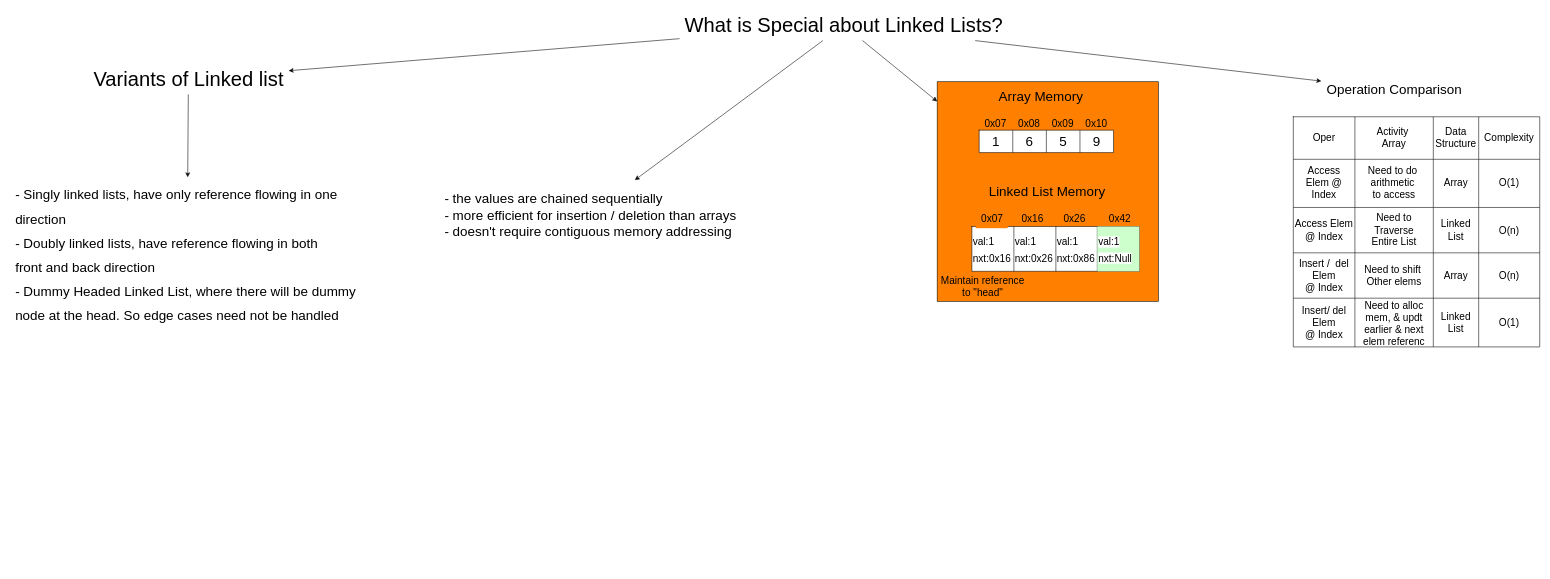
Above: visualising_code/coderbyte_visualising_linkedlists.dio in Kamalabot/HowCompetitive (draw.io), before the change. Source tidied: cells renumbered, new cells numbered last; positions are measured from the earlier drawing's top-left corner, leaving out a move shared by most shapes. Both pictures are drawn from the tidied source at 56%, with x=0, y=0 at pixel (10, 10).
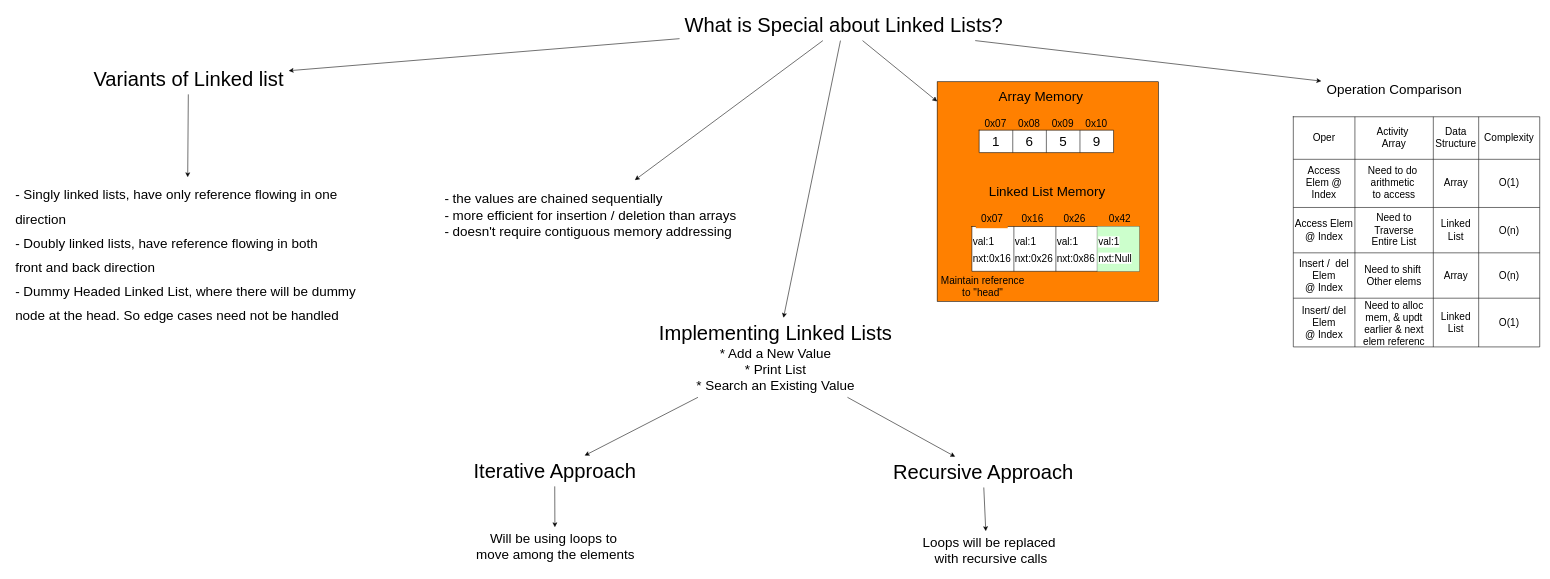
The same diagram, later.

The change refers to these unchanged cells:
```xml
<mxCell id="7" value="&lt;font style=&quot;font-size: 36px;&quot;&gt;What is Special about Linked Lists?&lt;/font&gt;" style="text;html=1;align=center;verticalAlign=middle;points=[];strokeColor=none;fillColor=none;" parent="1" vertex="1">
  <mxGeometry x="1196" width="586" height="55" as="geometry" />
</mxCell>
```

Diff of the diagram source:
```diff
@@
+    <mxCell id="62" style="edgeStyle=none;html=1;" parent="1" edge="1" source="7" target="65">
+      <mxGeometry relative="1" as="geometry" />
+    </mxCell>
@@
+    <mxCell id="63" style="edgeStyle=none;html=1;" parent="1" edge="1" source="65" target="67">
+      <mxGeometry relative="1" as="geometry" />
+    </mxCell>
+    <mxCell id="64" style="edgeStyle=none;html=1;" parent="1" edge="1" source="65" target="69">
+      <mxGeometry relative="1" as="geometry" />
+    </mxCell>
+    <mxCell id="65" value="&lt;font style=&quot;&quot;&gt;&lt;span style=&quot;font-size: 36px;&quot;&gt;Implementing Linked Lists&lt;/span&gt;&lt;br&gt;&lt;font style=&quot;font-size: 24px;&quot;&gt;* Add a New Value&lt;br&gt;* Print List&lt;br&gt;* Search an Existing Value&lt;/font&gt;&lt;br&gt;&lt;/font&gt;" style="text;html=1;align=center;verticalAlign=middle;points=[];strokeColor=none;fillColor=none;" parent="1" vertex="1">
+      <mxGeometry x="1150" y="550" width="434" height="142" as="geometry" />
+    </mxCell>
+    <mxCell id="66" style="edgeStyle=none;html=1;fontSize=24;" parent="1" edge="1" source="67" target="70">
+      <mxGeometry relative="1" as="geometry" />
+    </mxCell>
+    <mxCell id="67" value="&lt;font style=&quot;font-size: 36px;&quot;&gt;Iterative Approach&lt;/font&gt;" style="text;html=1;align=center;verticalAlign=middle;points=[];strokeColor=none;fillColor=none;" parent="1" vertex="1">
+      <mxGeometry x="819" y="796" width="308" height="55" as="geometry" />
+    </mxCell>
+    <mxCell id="68" style="edgeStyle=none;html=1;entryX=0.465;entryY=0.014;entryDx=0;entryDy=0;entryPerimeter=0;fontSize=24;" parent="1" edge="1" source="69" target="71">
+      <mxGeometry relative="1" as="geometry" />
+    </mxCell>
+    <mxCell id="69" value="&lt;font style=&quot;font-size: 36px;&quot;&gt;Recursive Approach&lt;/font&gt;" style="text;html=1;align=center;verticalAlign=middle;points=[];strokeColor=none;fillColor=none;" parent="1" vertex="1">
+      <mxGeometry x="1568" y="798" width="340" height="55" as="geometry" />
+    </mxCell>
+    <mxCell id="70" value="Will be using loops to&amp;nbsp;&lt;br&gt;move among the elements" style="text;html=1;align=center;verticalAlign=middle;points=[];strokeColor=none;fillColor=none;fontSize=24;" parent="1" vertex="1">
+      <mxGeometry x="823" y="924" width="301" height="70" as="geometry" />
+    </mxCell>
+    <mxCell id="71" value="Loops will be replaced&amp;nbsp;&lt;br&gt;with recursive calls" style="text;html=1;align=center;verticalAlign=middle;points=[];strokeColor=none;fillColor=none;fontSize=24;" parent="1" vertex="1">
+      <mxGeometry x="1621" y="930" width="262" height="70" as="geometry" />
+    </mxCell>
```
